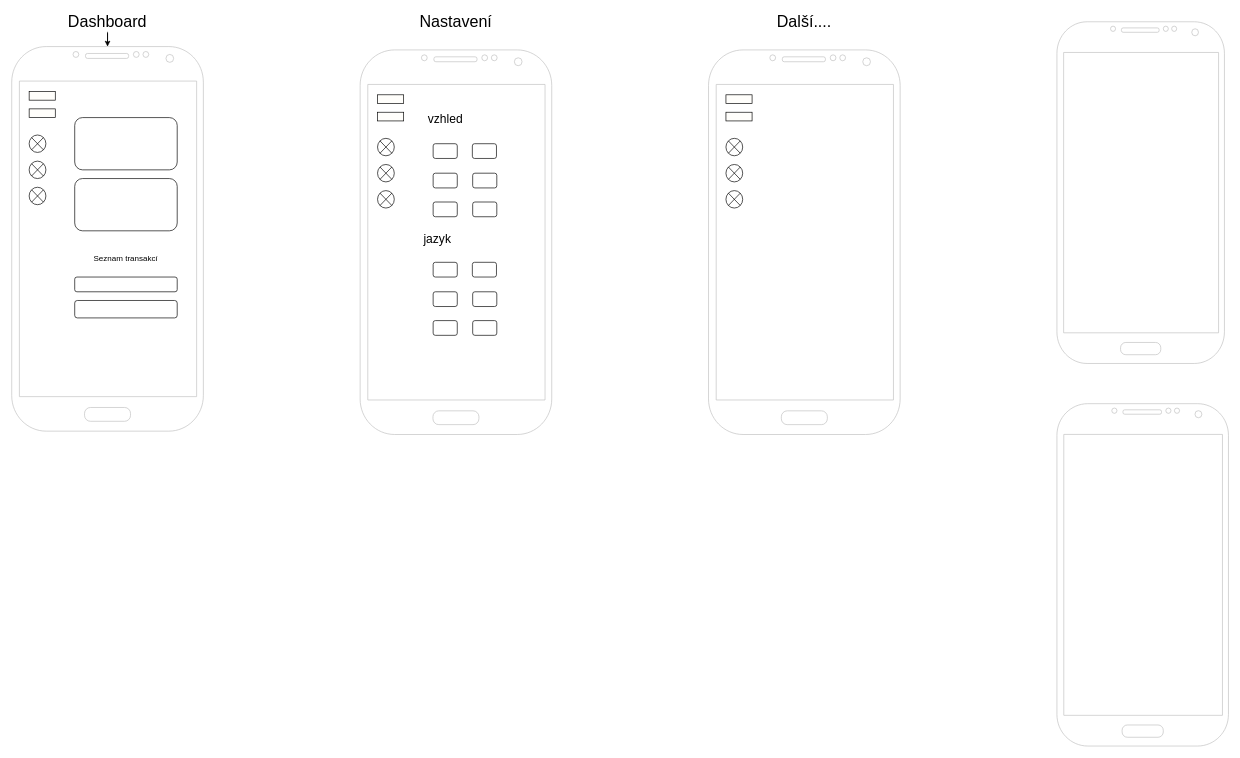
This is AndroidUI.drawio from WeeeBuch/CtrlPay, a draw.io file, before an edit. Source tidied: cells renumbered, new cells numbered last; positions are measured from the earlier drawing's top-left corner, leaving out a move shared by most shapes. Both pictures are drawn from the tidied source at 67%, with x=0, y=0 at pixel (11, 11).
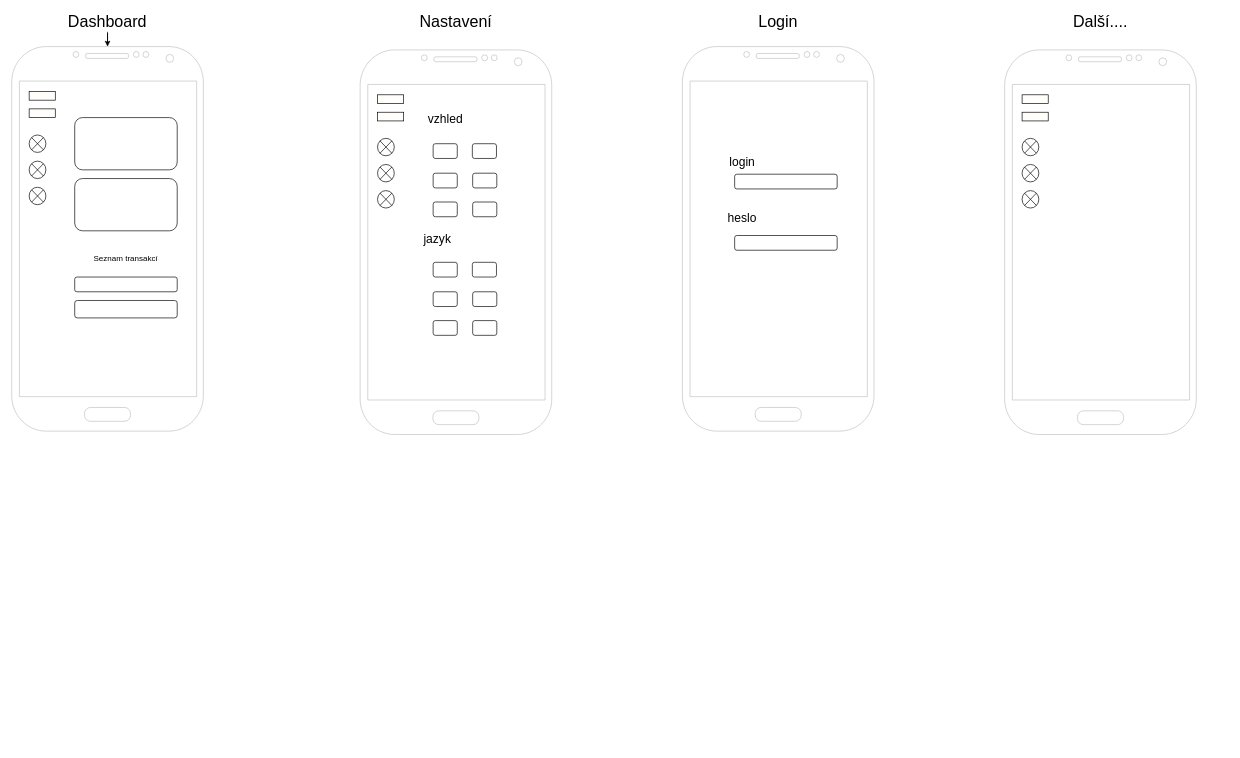
The same page after the edit.

Commit message:
Adds initial UI design diagrams

Introduces preliminary UI diagrams for the application, outlining the dashboard, settings, login screens and transaction list, providing a visual representation of the user interface flow and key elements.

What changed in the source:
```diff
@@
-    <mxCell id="3" style="verticalLabelPosition=bottom;verticalAlign=top;html=1;shadow=0;dashed=0;strokeWidth=1;shape=mxgraph.android.phone2;strokeColor=#c0c0c0;" parent="1" vertex="1">
-      <mxGeometry x="1560" y="15" width="250" height="510" as="geometry" />
-    </mxCell>
-    <mxCell id="4" style="verticalLabelPosition=bottom;verticalAlign=top;html=1;shadow=0;dashed=0;strokeWidth=1;shape=mxgraph.android.phone2;strokeColor=#c0c0c0;" parent="1" vertex="1">
-      <mxGeometry x="1560" y="585" width="256" height="511" as="geometry" />
-    </mxCell>
@@
     <mxCell id="38" style="verticalLabelPosition=bottom;verticalAlign=top;html=1;shadow=0;dashed=0;strokeWidth=1;shape=mxgraph.android.phone2;strokeColor=#c0c0c0;" parent="1" vertex="1">
-      <mxGeometry x="1040" y="57" width="286" height="574" as="geometry" />
+      <mxGeometry x="1482" y="57" width="286" height="574" as="geometry" />
     </mxCell>
     <mxCell id="39" style="rounded=0;whiteSpace=wrap;html=1;fillColor=#FFFEFB;" parent="1" vertex="1">
-      <mxGeometry x="1066" y="124" width="39" height="13" as="geometry" />
+      <mxGeometry x="1508" y="124" width="39" height="13" as="geometry" />
     </mxCell>
     <mxCell id="40" style="rounded=0;whiteSpace=wrap;html=1;fillColor=#FFFEFB;" parent="1" vertex="1">
-      <mxGeometry x="1066" y="150" width="39" height="13" as="geometry" />
+      <mxGeometry x="1508" y="150" width="39" height="13" as="geometry" />
     </mxCell>
     <mxCell id="41" style="shape=sumEllipse;perimeter=ellipsePerimeter;whiteSpace=wrap;html=1;backgroundOutline=1;" parent="1" vertex="1">
-      <mxGeometry x="1066" y="189" width="25" height="26" as="geometry" />
+      <mxGeometry x="1508" y="189" width="25" height="26" as="geometry" />
     </mxCell>
     <mxCell id="42" style="shape=sumEllipse;perimeter=ellipsePerimeter;whiteSpace=wrap;html=1;backgroundOutline=1;" parent="1" vertex="1">
-      <mxGeometry x="1066" y="228" width="25" height="26" as="geometry" />
+      <mxGeometry x="1508" y="228" width="25" height="26" as="geometry" />
     </mxCell>
     <mxCell id="43" style="shape=sumEllipse;perimeter=ellipsePerimeter;whiteSpace=wrap;html=1;backgroundOutline=1;" parent="1" vertex="1">
-      <mxGeometry x="1066" y="267" width="25" height="26" as="geometry" />
+      <mxGeometry x="1508" y="267" width="25" height="26" as="geometry" />
     </mxCell>
     <mxCell id="44" value="Další...." style="text;html=1;align=center;verticalAlign=middle;whiteSpace=wrap;rounded=0;strokeWidth=9;fontSize=24;" parent="1" vertex="1">
-      <mxGeometry x="1153" width="60" height="30" as="geometry" />
+      <mxGeometry x="1595" width="60" height="30" as="geometry" />
     </mxCell>
+    <mxCell id="45" style="verticalLabelPosition=bottom;verticalAlign=top;html=1;shadow=0;dashed=0;strokeWidth=1;shape=mxgraph.android.phone2;strokeColor=#c0c0c0;" parent="1" vertex="1">
+      <mxGeometry x="1001" y="52" width="286" height="574" as="geometry" />
+    </mxCell>
+    <mxCell id="46" value="login" style="text;html=1;align=center;verticalAlign=middle;whiteSpace=wrap;rounded=0;fontSize=18;" parent="1" vertex="1">
+      <mxGeometry x="1014" y="210" width="153" height="30" as="geometry" />
+    </mxCell>
+    <mxCell id="47" value="heslo" style="text;html=1;align=center;verticalAlign=middle;whiteSpace=wrap;rounded=0;fontSize=18;" parent="1" vertex="1">
+      <mxGeometry x="1014" y="293" width="153" height="30" as="geometry" />
+    </mxCell>
+    <mxCell id="48" style="rounded=1;whiteSpace=wrap;html=1;" parent="1" vertex="1">
+      <mxGeometry x="1079" y="242.5" width="153" height="22" as="geometry" />
+    </mxCell>
+    <mxCell id="49" style="rounded=1;whiteSpace=wrap;html=1;" parent="1" vertex="1">
+      <mxGeometry x="1079" y="334" width="153" height="22" as="geometry" />
+    </mxCell>
+    <mxCell id="50" value="Login" style="text;html=1;align=center;verticalAlign=middle;whiteSpace=wrap;rounded=0;strokeWidth=9;fontSize=24;" parent="1" vertex="1">
+      <mxGeometry x="1114" width="60" height="30" as="geometry" />
+    </mxCell>
```
